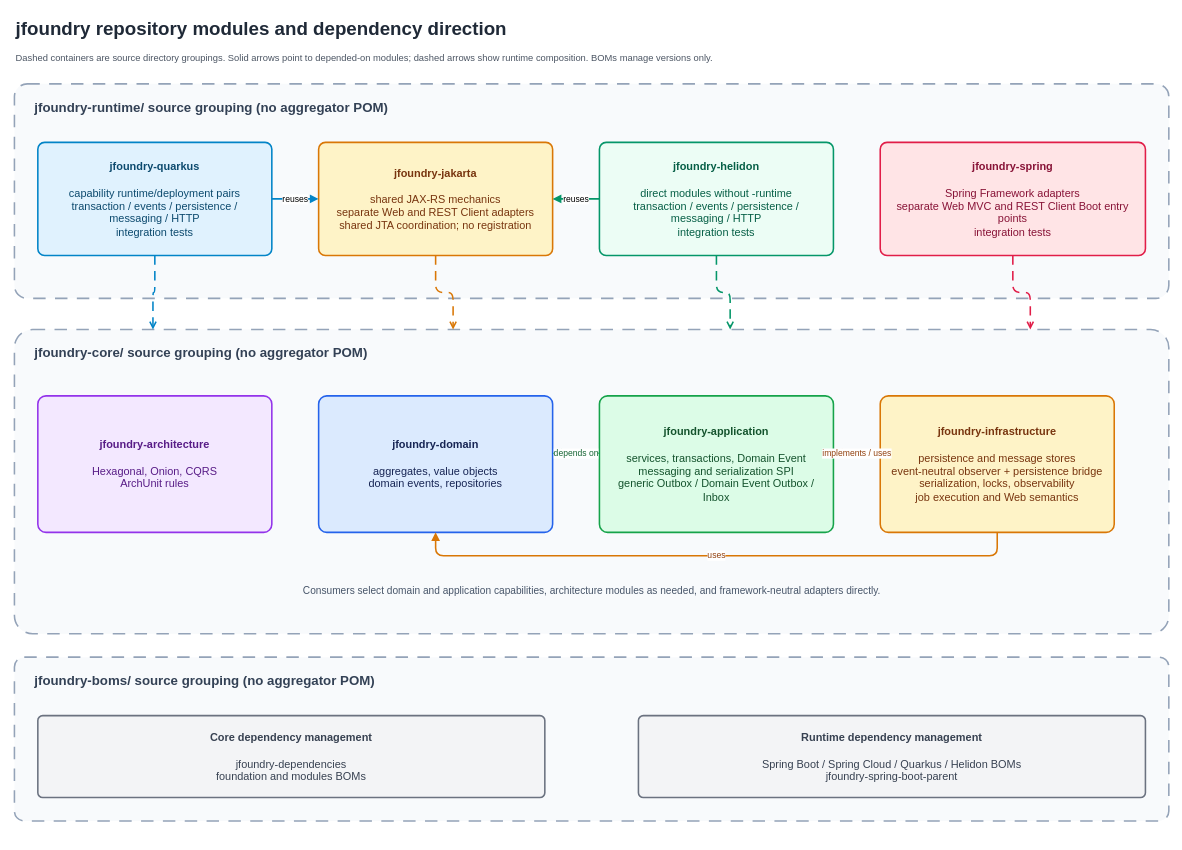
This is docs/i18n/assets/jfoundry-module-architecture.drawio from huahill/jfoundry, a draw.io file, before an edit. Source tidied: cells renumbered, new cells numbered last; positions are measured from the earlier drawing's top-left corner, leaving out a move shared by most shapes. Both pictures are drawn from the tidied source at 78%, with x=0, y=0 at pixel (14, 13).
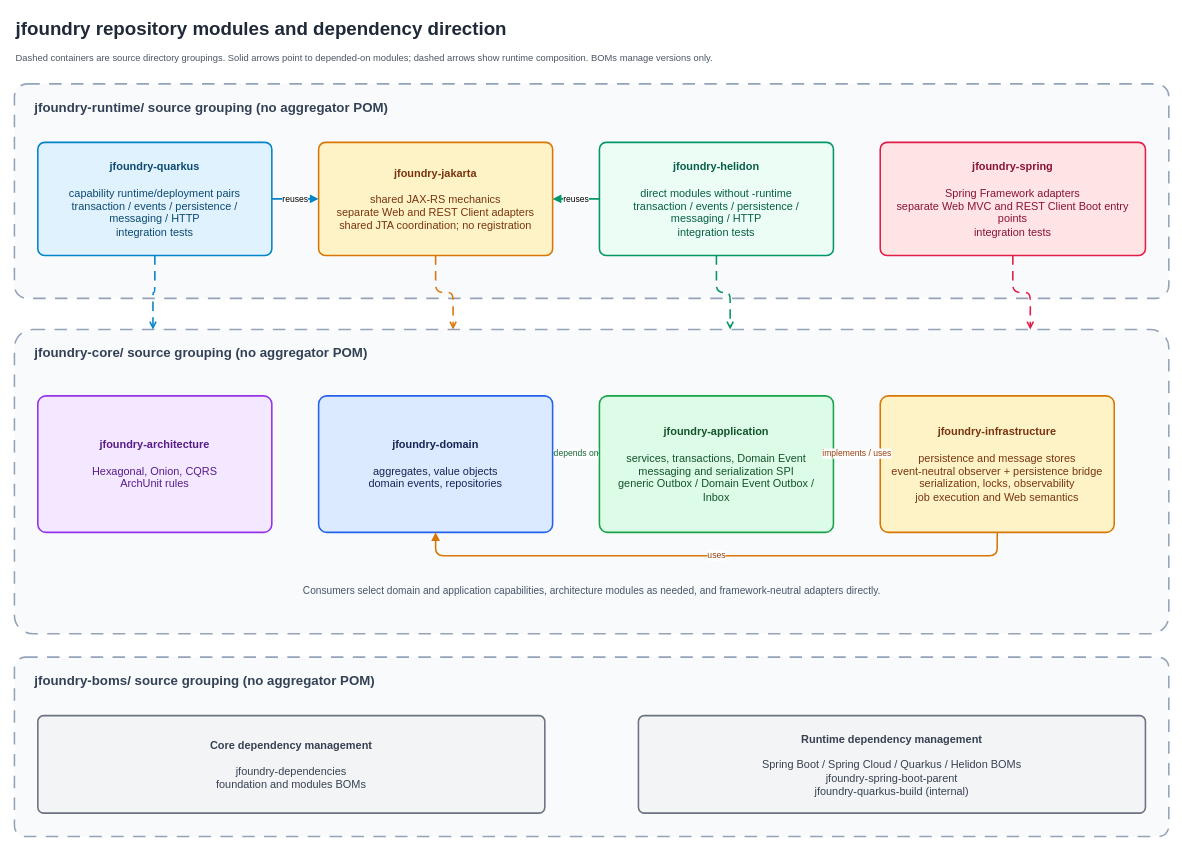
The same page after the edit.

Commit message (it also covers changes not shown here):
docs: show the Quarkus build parent in the module diagram (#234)

What changed in the source:
```diff
@@
     <mxCell id="15" value="jfoundry-boms/   source grouping (no aggregator POM)" style="rounded=1;arcSize=6;whiteSpace=wrap;html=1;dashed=1;dashPattern=8 6;strokeWidth=2;fillColor=#F8FAFC;strokeColor=#94A3B8;fontColor=#334155;fontSize=17;fontStyle=1;align=left;verticalAlign=top;spacingTop=14;spacingLeft=24;" parent="1" vertex="1">
-      <mxGeometry y="825" width="1480" height="210" as="geometry" />
+      <mxGeometry y="825" width="1480" height="230" as="geometry" />
     </mxCell>
     <mxCell id="16" value="&lt;b&gt;Core dependency management&lt;/b&gt;&lt;br&gt;&lt;br&gt;jfoundry-dependencies&lt;br&gt;foundation and modules BOMs" style="rounded=1;arcSize=6;whiteSpace=wrap;html=1;fillColor=#F3F4F6;strokeColor=#6B7280;strokeWidth=2;fontColor=#374151;fontSize=14;align=center;verticalAlign=middle;spacing=10;" parent="1" vertex="1">
-      <mxGeometry x="30" y="900" width="650" height="105" as="geometry" />
+      <mxGeometry x="30" y="900" width="650" height="125" as="geometry" />
     </mxCell>
-    <mxCell id="17" value="&lt;b&gt;Runtime dependency management&lt;/b&gt;&lt;br&gt;&lt;br&gt;Spring Boot / Spring Cloud / Quarkus / Helidon BOMs&lt;br&gt;jfoundry-spring-boot-parent" style="rounded=1;arcSize=6;whiteSpace=wrap;html=1;fillColor=#F3F4F6;strokeColor=#6B7280;strokeWidth=2;fontColor=#374151;fontSize=14;align=center;verticalAlign=middle;spacing=10;" parent="1" vertex="1">
-      <mxGeometry x="800" y="900" width="650" height="105" as="geometry" />
+    <mxCell id="17" value="&lt;b&gt;Runtime dependency management&lt;/b&gt;&lt;br&gt;&lt;br&gt;Spring Boot / Spring Cloud / Quarkus / Helidon BOMs&lt;br&gt;jfoundry-spring-boot-parent&lt;br&gt;jfoundry-quarkus-build (internal)" style="rounded=1;arcSize=6;whiteSpace=wrap;html=1;fillColor=#F3F4F6;strokeColor=#6B7280;strokeWidth=2;fontColor=#374151;fontSize=14;align=center;verticalAlign=middle;spacing=10;" parent="1" vertex="1">
+      <mxGeometry x="800" y="900" width="650" height="125" as="geometry" />
     </mxCell>
```
